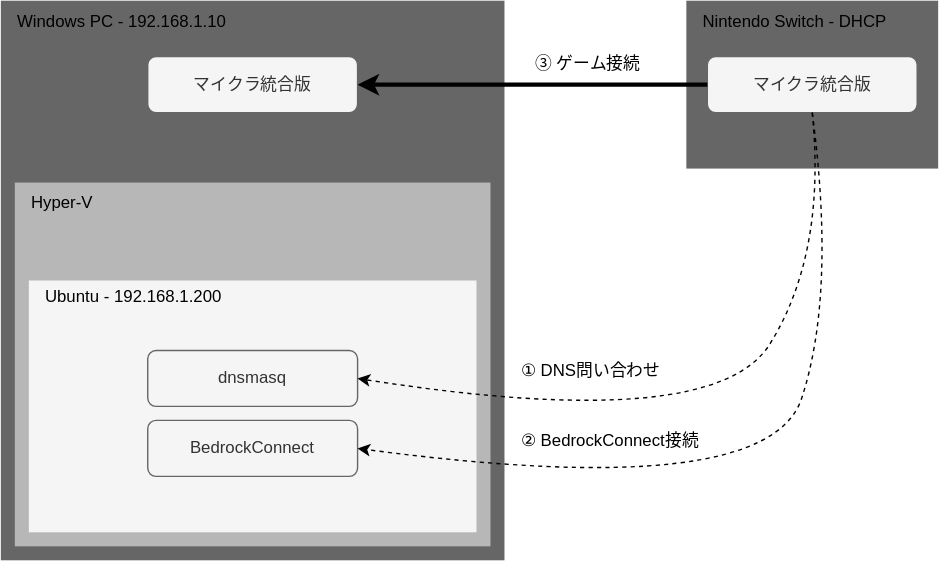
This is src/slidev/figures/figure1.drawio.svg from yukimasaki/slidev, a draw.io export, as it was before one commit. Source tidied: cells renumbered, new cells last; positions are measured from the earlier drawing's top-left corner, leaving out a move shared by most shapes.
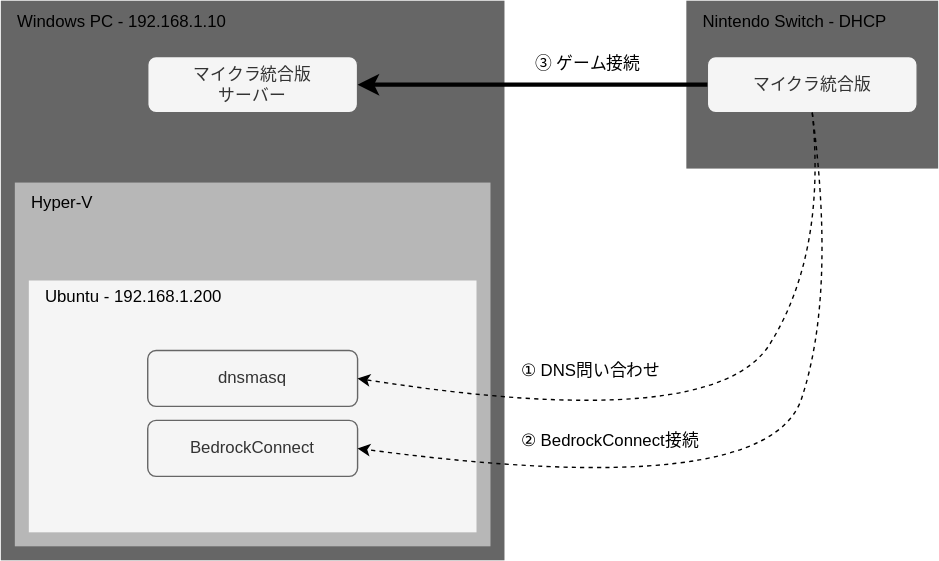
Later version of the same file.

Commit message:
feat: 構成図テキスト修正

Diff of the diagram source:
```diff
@@ -29,7 +29,7 @@
     <mxCell id="10" value="BedrockConnect" style="rounded=1;whiteSpace=wrap;html=1;fillColor=#f5f5f5;fontColor=#333333;strokeColor=#666666;" parent="6" vertex="1">
       <mxGeometry x="85" y="100" width="150" height="40" as="geometry" />
     </mxCell>
-    <mxCell id="11" value="マイクラ統合版" style="rounded=1;whiteSpace=wrap;html=1;fillColor=#f5f5f5;fontColor=#333333;strokeColor=#666666;" parent="1" vertex="1">
+    <mxCell id="11" value="マイクラ統合版&lt;br&gt;サーバー" style="rounded=1;whiteSpace=wrap;html=1;fillColor=#f5f5f5;fontColor=#333333;strokeColor=#666666;" parent="1" vertex="1">
       <mxGeometry x="105" y="40" width="150" height="40" as="geometry" />
     </mxCell>
     <mxCell id="12" style="rounded=0;whiteSpace=wrap;html=1;strokeColor=none;fillColor=#666666;align=left;" parent="1" vertex="1">
```
